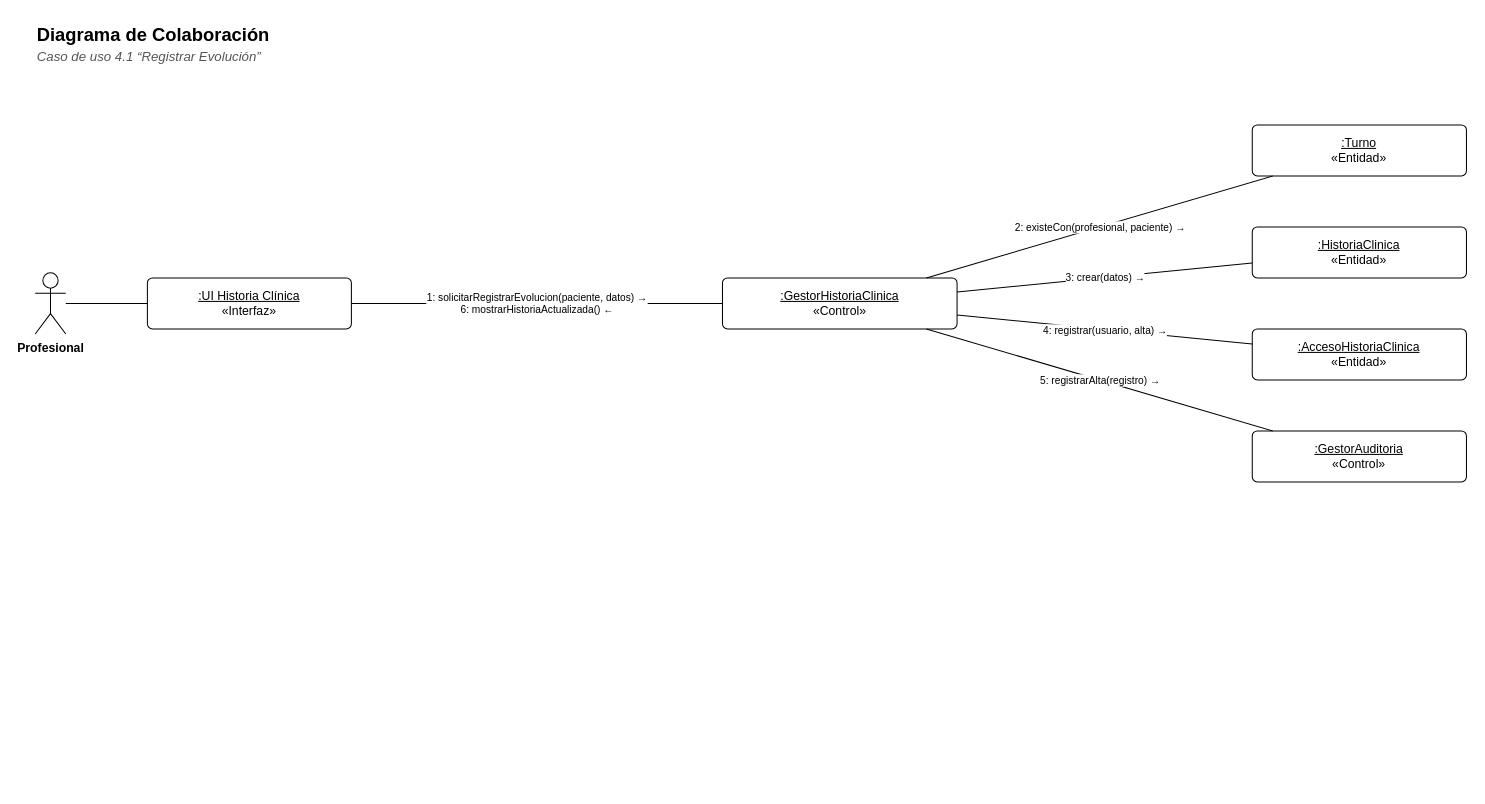
Before: docs/diagramas/colaboracion-4-1.drawio in Matiglorioso/kineturnos, a draw.io diagram. Source tidied: cells renumbered, new cells numbered last; positions are measured from the earlier drawing's top-left corner, leaving out a move shared by most shapes. Both pictures are drawn from the tidied source at 102%, with x=0, y=0 at pixel (35, 17).
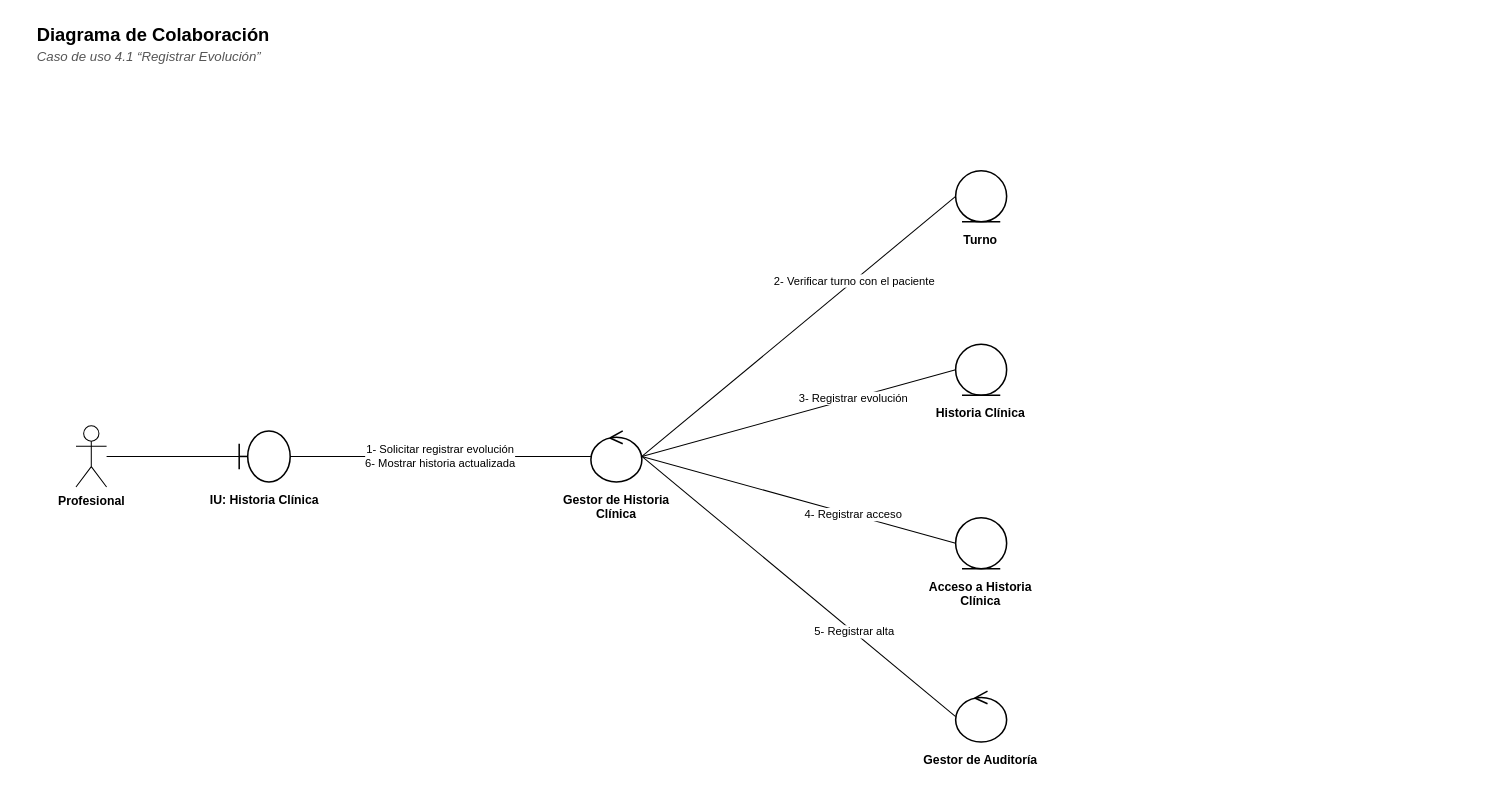
After the change.

Change to the diagram source:
```diff
@@
     <mxCell id="4" value="Profesional" style="shape=umlActor;verticalLabelPosition=bottom;verticalAlign=top;html=1;outlineConnect=0;fillColor=#FFFFFF;strokeColor=#000000;fontFamily=Helvetica;fontSize=12;fontStyle=1;" parent="1" vertex="1">
-      <mxGeometry y="250" width="30" height="60" as="geometry" />
+      <mxGeometry x="40" y="400" width="30" height="60" as="geometry" />
     </mxCell>
-    <mxCell id="5" value="&lt;u&gt;:UI Historia Clínica&lt;/u&gt;&lt;br&gt;«Interfaz»" style="rounded=0;whiteSpace=wrap;html=1;fillColor=#FFFFFF;strokeColor=#000000;fontFamily=Helvetica;fontSize=12;rounded=1;arcSize=10;" parent="1" vertex="1">
-      <mxGeometry x="110" y="255" width="200" height="50" as="geometry" />
+    <mxCell id="5" style="shape=umlBoundary;html=1;fillColor=#FFFFFF;strokeColor=#000000;strokeWidth=1.5;" parent="1" vertex="1">
+      <mxGeometry x="200" y="405" width="50" height="50" as="geometry" />
     </mxCell>
-    <mxCell id="6" value="&lt;u&gt;:GestorHistoriaClinica&lt;/u&gt;&lt;br&gt;«Control»" style="rounded=0;whiteSpace=wrap;html=1;fillColor=#FFFFFF;strokeColor=#000000;fontFamily=Helvetica;fontSize=12;rounded=1;arcSize=10;" parent="1" vertex="1">
-      <mxGeometry x="673.8" y="255" width="230" height="50" as="geometry" />
+    <mxCell id="6" value="&lt;b&gt;IU: Historia Clínica&lt;/b&gt;" style="text;html=1;strokeColor=none;fillColor=none;align=left;verticalAlign=top;whiteSpace=wrap;fontFamily=Helvetica;align=center;fontSize=12;" parent="1" vertex="1">
+      <mxGeometry x="160" y="459" width="130" height="40" as="geometry" />
     </mxCell>
-    <mxCell id="7" value="&lt;u&gt;:Turno&lt;/u&gt;&lt;br&gt;«Entidad»" style="rounded=0;whiteSpace=wrap;html=1;fillColor=#FFFFFF;strokeColor=#000000;fontFamily=Helvetica;fontSize=12;rounded=1;arcSize=10;" parent="1" vertex="1">
-      <mxGeometry x="1193.2" y="105" width="210" height="50" as="geometry" />
+    <mxCell id="7" style="shape=umlControl;html=1;fillColor=#FFFFFF;strokeColor=#000000;strokeWidth=1.5;" parent="1" vertex="1">
+      <mxGeometry x="544.8" y="405" width="50" height="50" as="geometry" />
     </mxCell>
-    <mxCell id="8" value="&lt;u&gt;:HistoriaClinica&lt;/u&gt;&lt;br&gt;«Entidad»" style="rounded=0;whiteSpace=wrap;html=1;fillColor=#FFFFFF;strokeColor=#000000;fontFamily=Helvetica;fontSize=12;rounded=1;arcSize=10;" parent="1" vertex="1">
-      <mxGeometry x="1193.2" y="205" width="210" height="50" as="geometry" />
+    <mxCell id="8" value="&lt;b&gt;Gestor de Historia Clínica&lt;/b&gt;" style="text;html=1;strokeColor=none;fillColor=none;align=left;verticalAlign=top;whiteSpace=wrap;fontFamily=Helvetica;align=center;fontSize=12;" parent="1" vertex="1">
+      <mxGeometry x="504.8" y="459" width="130" height="40" as="geometry" />
     </mxCell>
-    <mxCell id="9" value="&lt;u&gt;:AccesoHistoriaClinica&lt;/u&gt;&lt;br&gt;«Entidad»" style="rounded=0;whiteSpace=wrap;html=1;fillColor=#FFFFFF;strokeColor=#000000;fontFamily=Helvetica;fontSize=12;rounded=1;arcSize=10;" parent="1" vertex="1">
-      <mxGeometry x="1193.2" y="305" width="210" height="50" as="geometry" />
+    <mxCell id="9" style="shape=umlEntity;html=1;fillColor=#FFFFFF;strokeColor=#000000;strokeWidth=1.5;" parent="1" vertex="1">
+      <mxGeometry x="902.4" y="150" width="50" height="50" as="geometry" />
     </mxCell>
-    <mxCell id="10" value="&lt;u&gt;:GestorAuditoria&lt;/u&gt;&lt;br&gt;«Control»" style="rounded=0;whiteSpace=wrap;html=1;fillColor=#FFFFFF;strokeColor=#000000;fontFamily=Helvetica;fontSize=12;rounded=1;arcSize=10;" parent="1" vertex="1">
-      <mxGeometry x="1193.2" y="405" width="210" height="50" as="geometry" />
+    <mxCell id="10" value="&lt;b&gt;Turno&lt;/b&gt;" style="text;html=1;strokeColor=none;fillColor=none;align=left;verticalAlign=top;whiteSpace=wrap;fontFamily=Helvetica;align=center;fontSize=12;" parent="1" vertex="1">
+      <mxGeometry x="862.4" y="204" width="130" height="40" as="geometry" />
     </mxCell>
-    <mxCell id="11" style="edgeStyle=none;html=1;endArrow=none;endFill=0;strokeColor=#000000;fontFamily=Helvetica;fontSize=11;labelBackgroundColor=#FFFFFF;" parent="1" edge="1" source="4" target="5">
-      <mxGeometry relative="1" as="geometry" />
+    <mxCell id="11" style="shape=umlEntity;html=1;fillColor=#FFFFFF;strokeColor=#000000;strokeWidth=1.5;" parent="1" vertex="1">
+      <mxGeometry x="902.4" y="320" width="50" height="50" as="geometry" />
     </mxCell>
-    <mxCell id="12" value="1: solicitarRegistrarEvolucion(paciente, datos) →&lt;br&gt;6: mostrarHistoriaActualizada() ←" style="edgeStyle=none;html=1;endArrow=none;endFill=0;strokeColor=#000000;fontFamily=Helvetica;fontSize=11;labelBackgroundColor=#FFFFFF;fontSize=10;" parent="1" edge="1" source="6" target="5">
-      <mxGeometry relative="1" as="geometry" />
+    <mxCell id="12" value="&lt;b&gt;Historia Clínica&lt;/b&gt;" style="text;html=1;strokeColor=none;fillColor=none;align=left;verticalAlign=top;whiteSpace=wrap;fontFamily=Helvetica;align=center;fontSize=12;" parent="1" vertex="1">
+      <mxGeometry x="862.4" y="374" width="130" height="40" as="geometry" />
     </mxCell>
-    <mxCell id="13" value="2: existeCon(profesional, paciente) →" style="edgeStyle=none;html=1;endArrow=none;endFill=0;strokeColor=#000000;fontFamily=Helvetica;fontSize=11;labelBackgroundColor=#FFFFFF;fontSize=10;" parent="1" edge="1" source="7" target="6">
-      <mxGeometry relative="1" as="geometry" />
+    <mxCell id="13" style="shape=umlEntity;html=1;fillColor=#FFFFFF;strokeColor=#000000;strokeWidth=1.5;" parent="1" vertex="1">
+      <mxGeometry x="902.4" y="490" width="50" height="50" as="geometry" />
     </mxCell>
-    <mxCell id="14" value="3: crear(datos) →" style="edgeStyle=none;html=1;endArrow=none;endFill=0;strokeColor=#000000;fontFamily=Helvetica;fontSize=11;labelBackgroundColor=#FFFFFF;fontSize=10;" parent="1" edge="1" source="8" target="6">
-      <mxGeometry relative="1" as="geometry" />
+    <mxCell id="14" value="&lt;b&gt;Acceso a Historia Clínica&lt;/b&gt;" style="text;html=1;strokeColor=none;fillColor=none;align=left;verticalAlign=top;whiteSpace=wrap;fontFamily=Helvetica;align=center;fontSize=12;" parent="1" vertex="1">
+      <mxGeometry x="862.4" y="544" width="130" height="40" as="geometry" />
     </mxCell>
-    <mxCell id="15" value="4: registrar(usuario, alta) →" style="edgeStyle=none;html=1;endArrow=none;endFill=0;strokeColor=#000000;fontFamily=Helvetica;fontSize=11;labelBackgroundColor=#FFFFFF;fontSize=10;" parent="1" edge="1" source="9" target="6">
-      <mxGeometry relative="1" as="geometry" />
+    <mxCell id="15" style="shape=umlControl;html=1;fillColor=#FFFFFF;strokeColor=#000000;strokeWidth=1.5;" parent="1" vertex="1">
+      <mxGeometry x="902.4" y="660" width="50" height="50" as="geometry" />
     </mxCell>
-    <mxCell id="16" value="5: registrarAlta(registro) →" style="edgeStyle=none;html=1;endArrow=none;endFill=0;strokeColor=#000000;fontFamily=Helvetica;fontSize=11;labelBackgroundColor=#FFFFFF;fontSize=10;" parent="1" edge="1" source="10" target="6">
-      <mxGeometry relative="1" as="geometry" />
+    <mxCell id="16" value="&lt;b&gt;Gestor de Auditoría&lt;/b&gt;" style="text;html=1;strokeColor=none;fillColor=none;align=left;verticalAlign=top;whiteSpace=wrap;fontFamily=Helvetica;align=center;fontSize=12;" parent="1" vertex="1">
+      <mxGeometry x="862.4" y="714" width="130" height="40" as="geometry" />
     </mxCell>
+    <mxCell id="17" style="edgeStyle=none;html=1;endArrow=none;endFill=0;strokeColor=#000000;fontFamily=Helvetica;fontSize=11;labelBackgroundColor=#FFFFFF;" parent="1" edge="1" source="4" target="5">
+      <mxGeometry relative="1" as="geometry" />
+    </mxCell>
+    <mxCell id="18" value="1- Solicitar registrar evolución&lt;br&gt;6- Mostrar historia actualizada" style="edgeStyle=none;html=1;endArrow=none;endFill=0;strokeColor=#000000;fontFamily=Helvetica;fontSize=11;labelBackgroundColor=#FFFFFF;fontSize=11;exitX=1;exitY=0.5;exitDx=0;exitDy=0;entryX=0;entryY=0.5;entryDx=0;entryDy=0;" parent="1" edge="1" source="5" target="7">
+      <mxGeometry relative="1" as="geometry" />
+    </mxCell>
+    <mxCell id="19" value="2- Verificar turno con el paciente" style="edgeStyle=none;html=1;endArrow=none;endFill=0;strokeColor=#000000;fontFamily=Helvetica;fontSize=11;labelBackgroundColor=#FFFFFF;fontSize=11;exitX=1;exitY=0.5;exitDx=0;exitDy=0;entryX=0;entryY=0.5;entryDx=0;entryDy=0;" parent="1" edge="1" source="7" target="9">
+      <mxGeometry x="0.35" relative="1" as="geometry" />
+    </mxCell>
+    <mxCell id="20" value="3- Registrar evolución" style="edgeStyle=none;html=1;endArrow=none;endFill=0;strokeColor=#000000;fontFamily=Helvetica;fontSize=11;labelBackgroundColor=#FFFFFF;fontSize=11;exitX=1;exitY=0.5;exitDx=0;exitDy=0;entryX=0;entryY=0.5;entryDx=0;entryDy=0;" parent="1" edge="1" source="7" target="11">
+      <mxGeometry x="0.35" relative="1" as="geometry" />
+    </mxCell>
+    <mxCell id="21" value="4- Registrar acceso" style="edgeStyle=none;html=1;endArrow=none;endFill=0;strokeColor=#000000;fontFamily=Helvetica;fontSize=11;labelBackgroundColor=#FFFFFF;fontSize=11;exitX=1;exitY=0.5;exitDx=0;exitDy=0;entryX=0;entryY=0.5;entryDx=0;entryDy=0;" parent="1" edge="1" source="7" target="13">
+      <mxGeometry x="0.35" relative="1" as="geometry" />
+    </mxCell>
+    <mxCell id="22" value="5- Registrar alta" style="edgeStyle=none;html=1;endArrow=none;endFill=0;strokeColor=#000000;fontFamily=Helvetica;fontSize=11;labelBackgroundColor=#FFFFFF;fontSize=11;exitX=1;exitY=0.5;exitDx=0;exitDy=0;entryX=0;entryY=0.5;entryDx=0;entryDy=0;" parent="1" edge="1" source="7" target="15">
+      <mxGeometry x="0.35" relative="1" as="geometry" />
+    </mxCell>
```
